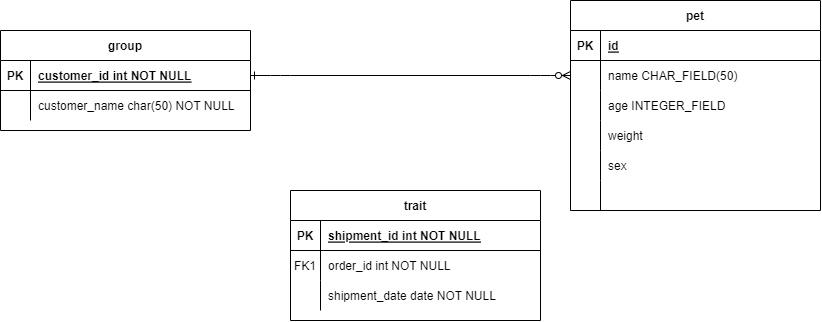
This is DER.png from Kenzie-Academy-Brasil-Developers/m5-pet-kare-template--, a draw.io export, as it was before one commit. Source tidied: cells renumbered, new cells last; positions are measured from the earlier drawing's top-left corner, leaving out a move shared by most shapes. The source it was exported from:
```xml
<mxGraphModel>
  <root>
    <mxCell id="0" />
    <mxCell id="1" parent="0" />
    <mxCell id="2" style="edgeStyle=entityRelationEdgeStyle;endArrow=ERzeroToMany;startArrow=ERone;endFill=1;startFill=0;" parent="1" edge="1" source="33" target="7">
      <mxGeometry relative="1" as="geometry" />
    </mxCell>
    <mxCell id="3" value="pet" style="shape=table;startSize=30;rowLines=0;fontStyle=1;align=center;" parent="1" vertex="1">
      <mxGeometry x="570" width="250" height="210" as="geometry" />
    </mxCell>
    <mxCell id="4" style="shape=partialRectangle;fillColor=none;top=0;left=0;right=0;bottom=1;" parent="3" vertex="1">
      <mxGeometry y="30" width="250" height="30" as="geometry" />
    </mxCell>
    <mxCell id="5" value="PK" style="shape=partialRectangle;overflow=hidden;fillColor=none;top=0;left=0;bottom=0;right=0;fontStyle=1;" parent="4" vertex="1">
      <mxGeometry width="30" height="30" as="geometry" />
    </mxCell>
    <mxCell id="6" value="id" style="shape=partialRectangle;overflow=hidden;fillColor=none;top=0;left=0;bottom=0;right=0;align=left;spacingLeft=6;fontStyle=5;" parent="4" vertex="1">
      <mxGeometry x="30" width="220" height="30" as="geometry" />
    </mxCell>
    <mxCell id="7" style="shape=partialRectangle;fillColor=none;points=[[0,0.5],[1,0.5]];portConstraint=eastwest;top=0;left=0;right=0;bottom=0;" parent="3" vertex="1">
      <mxGeometry y="60" width="250" height="30" as="geometry" />
    </mxCell>
    <mxCell id="8" style="shape=partialRectangle;overflow=hidden;fillColor=none;top=0;left=0;bottom=0;right=0;" parent="7" vertex="1">
      <mxGeometry width="30" height="30" as="geometry" />
    </mxCell>
    <mxCell id="9" value="name CHAR_FIELD(50) " style="shape=partialRectangle;overflow=hidden;fillColor=none;top=0;left=0;bottom=0;right=0;align=left;spacingLeft=6;" parent="7" vertex="1">
      <mxGeometry x="30" width="220" height="30" as="geometry" />
    </mxCell>
    <mxCell id="10" style="shape=partialRectangle;fillColor=none;top=0;left=0;right=0;bottom=0;" parent="3" vertex="1">
      <mxGeometry y="90" width="250" height="30" as="geometry" />
    </mxCell>
    <mxCell id="11" style="shape=partialRectangle;overflow=hidden;fillColor=none;top=0;left=0;bottom=0;right=0;" parent="10" vertex="1">
      <mxGeometry width="30" height="30" as="geometry" />
    </mxCell>
    <mxCell id="12" value="age INTEGER_FIELD" style="shape=partialRectangle;overflow=hidden;fillColor=none;top=0;left=0;bottom=0;right=0;align=left;spacingLeft=6;" parent="10" vertex="1">
      <mxGeometry x="30" width="220" height="30" as="geometry" />
    </mxCell>
    <mxCell id="13" style="shape=partialRectangle;fillColor=none;top=0;left=0;right=0;bottom=0;" parent="3" vertex="1">
      <mxGeometry y="120" width="250" height="30" as="geometry" />
    </mxCell>
    <mxCell id="14" style="shape=partialRectangle;overflow=hidden;fillColor=none;top=0;left=0;bottom=0;right=0;" parent="13" vertex="1">
      <mxGeometry width="30" height="30" as="geometry" />
    </mxCell>
    <mxCell id="15" value="weight" style="shape=partialRectangle;overflow=hidden;fillColor=none;top=0;left=0;bottom=0;right=0;align=left;spacingLeft=6;" parent="13" vertex="1">
      <mxGeometry x="30" width="220" height="30" as="geometry" />
    </mxCell>
    <mxCell id="16" style="shape=partialRectangle;fillColor=none;top=0;left=0;right=0;bottom=0;" parent="3" vertex="1">
      <mxGeometry y="150" width="250" height="30" as="geometry" />
    </mxCell>
    <mxCell id="17" style="shape=partialRectangle;overflow=hidden;fillColor=none;top=0;left=0;bottom=0;right=0;" parent="16" vertex="1">
      <mxGeometry width="30" height="30" as="geometry" />
    </mxCell>
    <mxCell id="18" value="sex" style="shape=partialRectangle;overflow=hidden;fillColor=none;top=0;left=0;bottom=0;right=0;align=left;spacingLeft=6;" parent="16" vertex="1">
      <mxGeometry x="30" width="220" height="30" as="geometry" />
    </mxCell>
    <mxCell id="19" style="shape=partialRectangle;fillColor=none;top=0;left=0;right=0;bottom=0;" parent="3" vertex="1">
      <mxGeometry y="180" width="250" height="30" as="geometry" />
    </mxCell>
    <mxCell id="20" style="shape=partialRectangle;overflow=hidden;fillColor=none;top=0;left=0;bottom=0;right=0;" parent="19" vertex="1">
      <mxGeometry width="30" height="30" as="geometry" />
    </mxCell>
    <mxCell id="21" style="shape=partialRectangle;overflow=hidden;fillColor=none;top=0;left=0;bottom=0;right=0;align=left;spacingLeft=6;" parent="19" vertex="1">
      <mxGeometry x="30" width="220" height="30" as="geometry" />
    </mxCell>
    <mxCell id="22" value="trait" style="shape=table;startSize=30;rowLines=0;fontStyle=1;align=center;" parent="1" vertex="1">
      <mxGeometry x="290" y="190" width="250" height="130" as="geometry" />
    </mxCell>
    <mxCell id="23" style="shape=partialRectangle;fillColor=none;top=0;left=0;right=0;bottom=1;" parent="22" vertex="1">
      <mxGeometry y="30" width="250" height="30" as="geometry" />
    </mxCell>
    <mxCell id="24" value="PK" style="shape=partialRectangle;overflow=hidden;fillColor=none;top=0;left=0;bottom=0;right=0;fontStyle=1;" parent="23" vertex="1">
      <mxGeometry width="30" height="30" as="geometry" />
    </mxCell>
    <mxCell id="25" value="shipment_id int NOT NULL " style="shape=partialRectangle;overflow=hidden;fillColor=none;top=0;left=0;bottom=0;right=0;align=left;spacingLeft=6;fontStyle=5;" parent="23" vertex="1">
      <mxGeometry x="30" width="220" height="30" as="geometry" />
    </mxCell>
    <mxCell id="26" style="shape=partialRectangle;fillColor=none;top=0;left=0;right=0;bottom=0;" parent="22" vertex="1">
      <mxGeometry y="60" width="250" height="30" as="geometry" />
    </mxCell>
    <mxCell id="27" value="FK1" style="shape=partialRectangle;overflow=hidden;fillColor=none;top=0;left=0;bottom=0;right=0;" parent="26" vertex="1">
      <mxGeometry width="30" height="30" as="geometry" />
    </mxCell>
    <mxCell id="28" value="order_id int NOT NULL" style="shape=partialRectangle;overflow=hidden;fillColor=none;top=0;left=0;bottom=0;right=0;align=left;spacingLeft=6;" parent="26" vertex="1">
      <mxGeometry x="30" width="220" height="30" as="geometry" />
    </mxCell>
    <mxCell id="29" style="shape=partialRectangle;fillColor=none;top=0;left=0;right=0;bottom=0;" parent="22" vertex="1">
      <mxGeometry y="90" width="250" height="30" as="geometry" />
    </mxCell>
    <mxCell id="30" style="shape=partialRectangle;overflow=hidden;fillColor=none;top=0;left=0;bottom=0;right=0;" parent="29" vertex="1">
      <mxGeometry width="30" height="30" as="geometry" />
    </mxCell>
    <mxCell id="31" value="shipment_date date NOT NULL" style="shape=partialRectangle;overflow=hidden;fillColor=none;top=0;left=0;bottom=0;right=0;align=left;spacingLeft=6;" parent="29" vertex="1">
      <mxGeometry x="30" width="220" height="30" as="geometry" />
    </mxCell>
    <mxCell id="32" value="group" style="shape=table;startSize=30;rowLines=0;fontStyle=1;align=center;" parent="1" vertex="1">
      <mxGeometry y="30" width="250" height="100" as="geometry" />
    </mxCell>
    <mxCell id="33" style="shape=partialRectangle;fillColor=none;points=[[0,0.5],[1,0.5]];portConstraint=eastwest;top=0;left=0;right=0;bottom=1;" parent="32" vertex="1">
      <mxGeometry y="30" width="250" height="30" as="geometry" />
    </mxCell>
    <mxCell id="34" value="PK" style="shape=partialRectangle;overflow=hidden;fillColor=none;top=0;left=0;bottom=0;right=0;fontStyle=1;" parent="33" vertex="1">
      <mxGeometry width="30" height="30" as="geometry" />
    </mxCell>
    <mxCell id="35" value="customer_id int NOT NULL " style="shape=partialRectangle;overflow=hidden;fillColor=none;top=0;left=0;bottom=0;right=0;align=left;spacingLeft=6;fontStyle=5;" parent="33" vertex="1">
      <mxGeometry x="30" width="220" height="30" as="geometry" />
    </mxCell>
    <mxCell id="36" style="shape=partialRectangle;fillColor=none;top=0;left=0;right=0;bottom=0;" parent="32" vertex="1">
      <mxGeometry y="60" width="250" height="30" as="geometry" />
    </mxCell>
    <mxCell id="37" style="shape=partialRectangle;overflow=hidden;fillColor=none;top=0;left=0;bottom=0;right=0;" parent="36" vertex="1">
      <mxGeometry width="30" height="30" as="geometry" />
    </mxCell>
    <mxCell id="38" value="customer_name char(50) NOT NULL" style="shape=partialRectangle;overflow=hidden;fillColor=none;top=0;left=0;bottom=0;right=0;align=left;spacingLeft=6;" parent="36" vertex="1">
      <mxGeometry x="30" width="220" height="30" as="geometry" />
    </mxCell>
  </root>
</mxGraphModel>
```
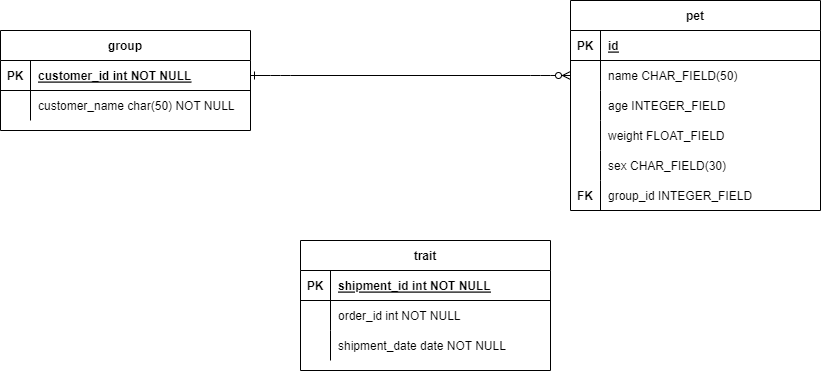
The same file after the commit.

What changed in the source:
```diff
@@ -1,4 +1,4 @@
-<mxGraphModel>
+<mxGraphModel background="#ffffff">
   <root>
     <mxCell id="0" />
     <mxCell id="1" parent="0" />
@@ -41,7 +41,7 @@
     <mxCell id="14" style="shape=partialRectangle;overflow=hidden;fillColor=none;top=0;left=0;bottom=0;right=0;" parent="13" vertex="1">
       <mxGeometry width="30" height="30" as="geometry" />
     </mxCell>
-    <mxCell id="15" value="weight" style="shape=partialRectangle;overflow=hidden;fillColor=none;top=0;left=0;bottom=0;right=0;align=left;spacingLeft=6;" parent="13" vertex="1">
+    <mxCell id="15" value="weight FLOAT_FIELD" style="shape=partialRectangle;overflow=hidden;fillColor=none;top=0;left=0;bottom=0;right=0;align=left;spacingLeft=6;" parent="13" vertex="1">
       <mxGeometry x="30" width="220" height="30" as="geometry" />
     </mxCell>
     <mxCell id="16" style="shape=partialRectangle;fillColor=none;top=0;left=0;right=0;bottom=0;" parent="3" vertex="1">
@@ -50,20 +50,20 @@
     <mxCell id="17" style="shape=partialRectangle;overflow=hidden;fillColor=none;top=0;left=0;bottom=0;right=0;" parent="16" vertex="1">
       <mxGeometry width="30" height="30" as="geometry" />
     </mxCell>
-    <mxCell id="18" value="sex" style="shape=partialRectangle;overflow=hidden;fillColor=none;top=0;left=0;bottom=0;right=0;align=left;spacingLeft=6;" parent="16" vertex="1">
+    <mxCell id="18" value="sex CHAR_FIELD(30)" style="shape=partialRectangle;overflow=hidden;fillColor=none;top=0;left=0;bottom=0;right=0;align=left;spacingLeft=6;" parent="16" vertex="1">
       <mxGeometry x="30" width="220" height="30" as="geometry" />
     </mxCell>
     <mxCell id="19" style="shape=partialRectangle;fillColor=none;top=0;left=0;right=0;bottom=0;" parent="3" vertex="1">
       <mxGeometry y="180" width="250" height="30" as="geometry" />
     </mxCell>
-    <mxCell id="20" style="shape=partialRectangle;overflow=hidden;fillColor=none;top=0;left=0;bottom=0;right=0;" parent="19" vertex="1">
+    <mxCell id="20" value="FK" style="shape=partialRectangle;overflow=hidden;fillColor=none;top=0;left=0;bottom=0;right=0;fontStyle=1;" parent="19" vertex="1">
       <mxGeometry width="30" height="30" as="geometry" />
     </mxCell>
-    <mxCell id="21" style="shape=partialRectangle;overflow=hidden;fillColor=none;top=0;left=0;bottom=0;right=0;align=left;spacingLeft=6;" parent="19" vertex="1">
+    <mxCell id="21" value="group_id INTEGER_FIELD" style="shape=partialRectangle;overflow=hidden;fillColor=none;top=0;left=0;bottom=0;right=0;align=left;spacingLeft=6;" parent="19" vertex="1">
       <mxGeometry x="30" width="220" height="30" as="geometry" />
     </mxCell>
     <mxCell id="22" value="trait" style="shape=table;startSize=30;rowLines=0;fontStyle=1;align=center;" parent="1" vertex="1">
-      <mxGeometry x="290" y="190" width="250" height="130" as="geometry" />
+      <mxGeometry x="300" y="240" width="250" height="130" as="geometry" />
     </mxCell>
     <mxCell id="23" style="shape=partialRectangle;fillColor=none;top=0;left=0;right=0;bottom=1;" parent="22" vertex="1">
       <mxGeometry y="30" width="250" height="30" as="geometry" />
@@ -77,7 +77,7 @@
     <mxCell id="26" style="shape=partialRectangle;fillColor=none;top=0;left=0;right=0;bottom=0;" parent="22" vertex="1">
       <mxGeometry y="60" width="250" height="30" as="geometry" />
     </mxCell>
-    <mxCell id="27" value="FK1" style="shape=partialRectangle;overflow=hidden;fillColor=none;top=0;left=0;bottom=0;right=0;" parent="26" vertex="1">
+    <mxCell id="27" style="shape=partialRectangle;overflow=hidden;fillColor=none;top=0;left=0;bottom=0;right=0;" parent="26" vertex="1">
       <mxGeometry width="30" height="30" as="geometry" />
     </mxCell>
     <mxCell id="28" value="order_id int NOT NULL" style="shape=partialRectangle;overflow=hidden;fillColor=none;top=0;left=0;bottom=0;right=0;align=left;spacingLeft=6;" parent="26" vertex="1">
```
